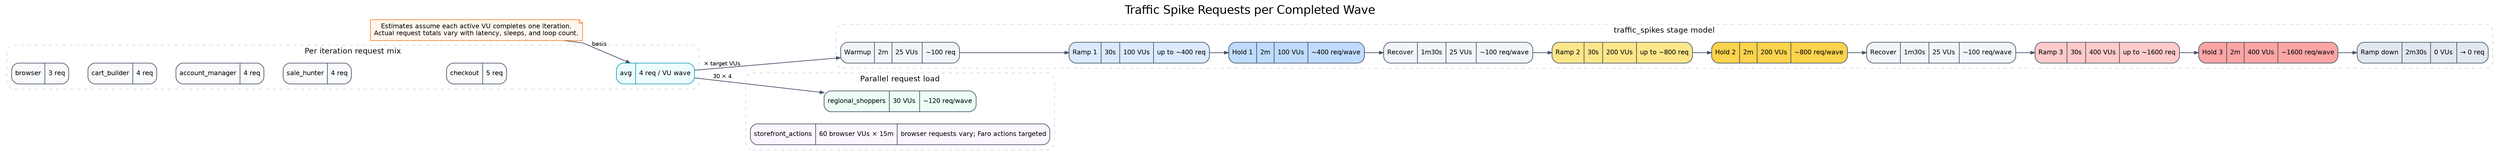
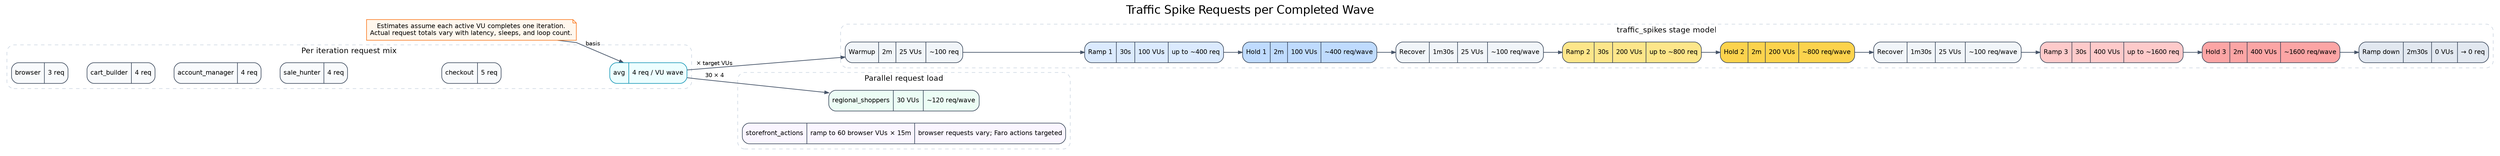
digraph traffic_spike_requests_only {
  graph [rankdir=LR, labelloc=t, label="Traffic Spike Requests per Completed Wave", fontsize=20, fontname="Helvetica", nodesep=0.28, ranksep=0.45, splines=polyline, outputorder=edgesfirst];
  node [shape=record, style="rounded,filled", fontname="Helvetica", fontsize=11, color="#334155", fillcolor="#f8fafc", margin="0.08,0.05"];
  edge [color="#475569", arrowsize=0.7, penwidth=1.2, fontname="Helvetica", fontsize=10];

  note [shape=note, fillcolor="#fff7ed", color="#f97316", label="Estimates assume each active VU completes one iteration.\nActual request totals vary with latency, sleeps, and loop count."];

  subgraph cluster_persona_math {
    label="Per iteration request mix"; color="#cbd5e1"; style="rounded,dashed"; fontsize=13; fontname="Helvetica";
    p_browser [label="{browser|3 req}"];
    p_cart [label="{cart_builder|4 req}"];
    p_account [label="{account_manager|4 req}"];
    p_sale [label="{sale_hunter|4 req}"];
    p_checkout [label="{checkout|5 req}"];
    p_avg [label="{avg|4 req / VU wave}", fillcolor="#ecfeff", color="#0891b2"];
    p_browser -> p_cart -> p_account -> p_sale -> p_checkout -> p_avg [style=invis];
  }

  subgraph cluster_stage_flow {
    label="traffic_spikes stage model"; color="#cbd5e1"; style="rounded,dashed"; fontsize=13; fontname="Helvetica";
    warmup [label="{Warmup|2m|25 VUs|~100 req}", fillcolor="#f1f5f9"];
    ramp1 [label="{Ramp 1|30s|100 VUs|up to ~400 req}", fillcolor="#dbeafe"];
    hold1 [label="{Hold 1|2m|100 VUs|~400 req/wave}", fillcolor="#bfdbfe"];
    rec1 [label="{Recover|1m30s|25 VUs|~100 req/wave}", fillcolor="#f1f5f9"];
    ramp2 [label="{Ramp 2|30s|200 VUs|up to ~800 req}", fillcolor="#fde68a"];
    hold2 [label="{Hold 2|2m|200 VUs|~800 req/wave}", fillcolor="#fcd34d"];
    rec2 [label="{Recover|1m30s|25 VUs|~100 req/wave}", fillcolor="#f1f5f9"];
    ramp3 [label="{Ramp 3|30s|400 VUs|up to ~1600 req}", fillcolor="#fecaca"];
    hold3 [label="{Hold 3|2m|400 VUs|~1600 req/wave}", fillcolor="#fca5a5"];
    down [label="{Ramp down|2m30s|0 VUs|→ 0 req}", fillcolor="#e2e8f0"];
    warmup -> ramp1 -> hold1 -> rec1 -> ramp2 -> hold2 -> rec2 -> ramp3 -> hold3 -> down;
  }

  subgraph cluster_parallel {
    label="Parallel request load"; color="#cbd5e1"; style="rounded,dashed"; fontsize=13; fontname="Helvetica";
    regional [label="{regional_shoppers|30 VUs|~120 req/wave}", fillcolor="#ecfdf5"];
-     browser_actions [label="{storefront_actions|60 browser VUs × 15m|browser requests vary; Faro actions targeted}", fillcolor="#faf5ff"];
+     browser_actions [label="{storefront_actions|ramp to 60 browser VUs × 15m|browser requests vary; Faro actions targeted}", fillcolor="#faf5ff"];
  }

  note -> p_avg [label="basis"];
  p_avg -> warmup [label="× target VUs"];
  p_avg -> regional [label="30 × 4"];
}

